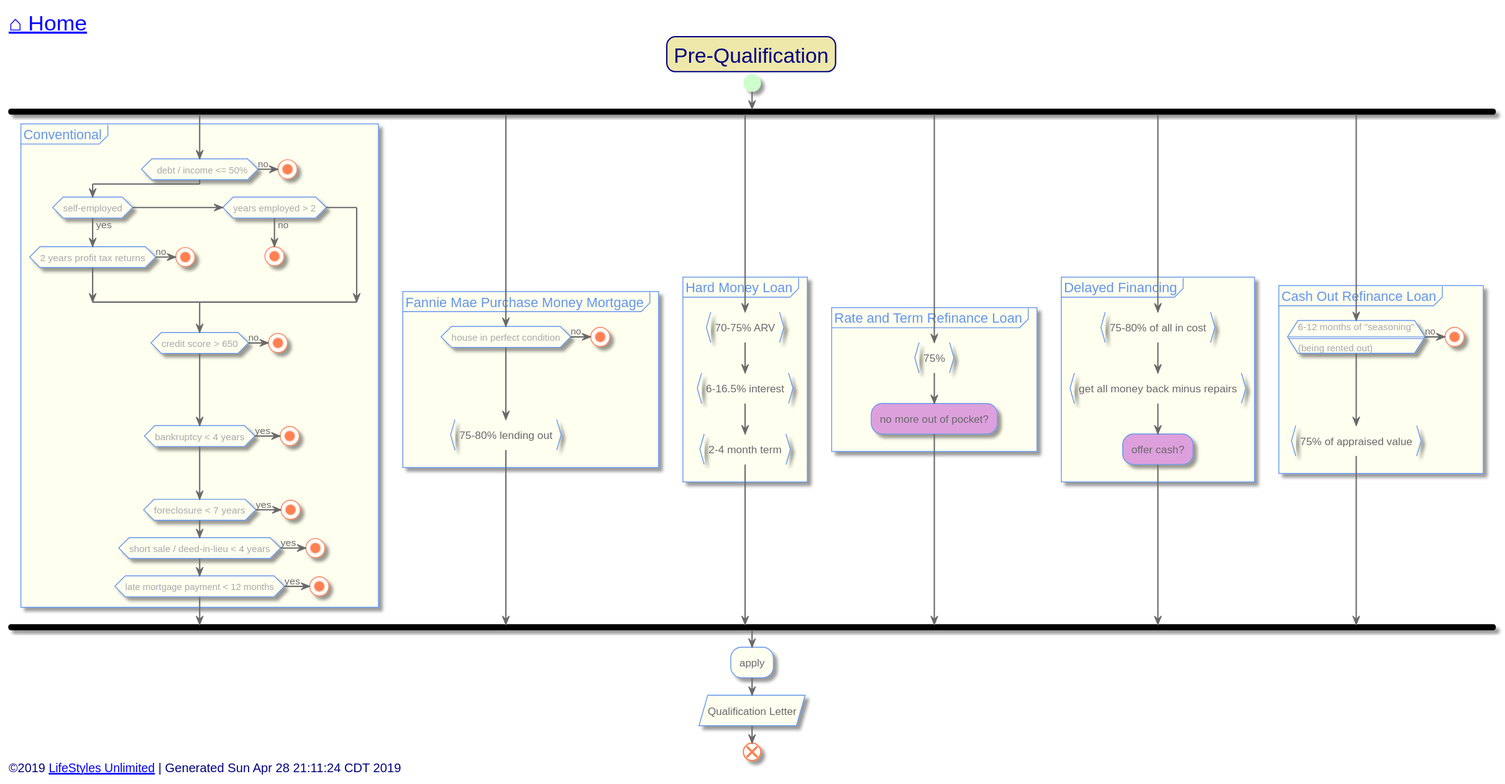
Earlier version of the PlantUML export out/src/single-family/pre-qualification.svg (toddmo/lifestylesunlimited).
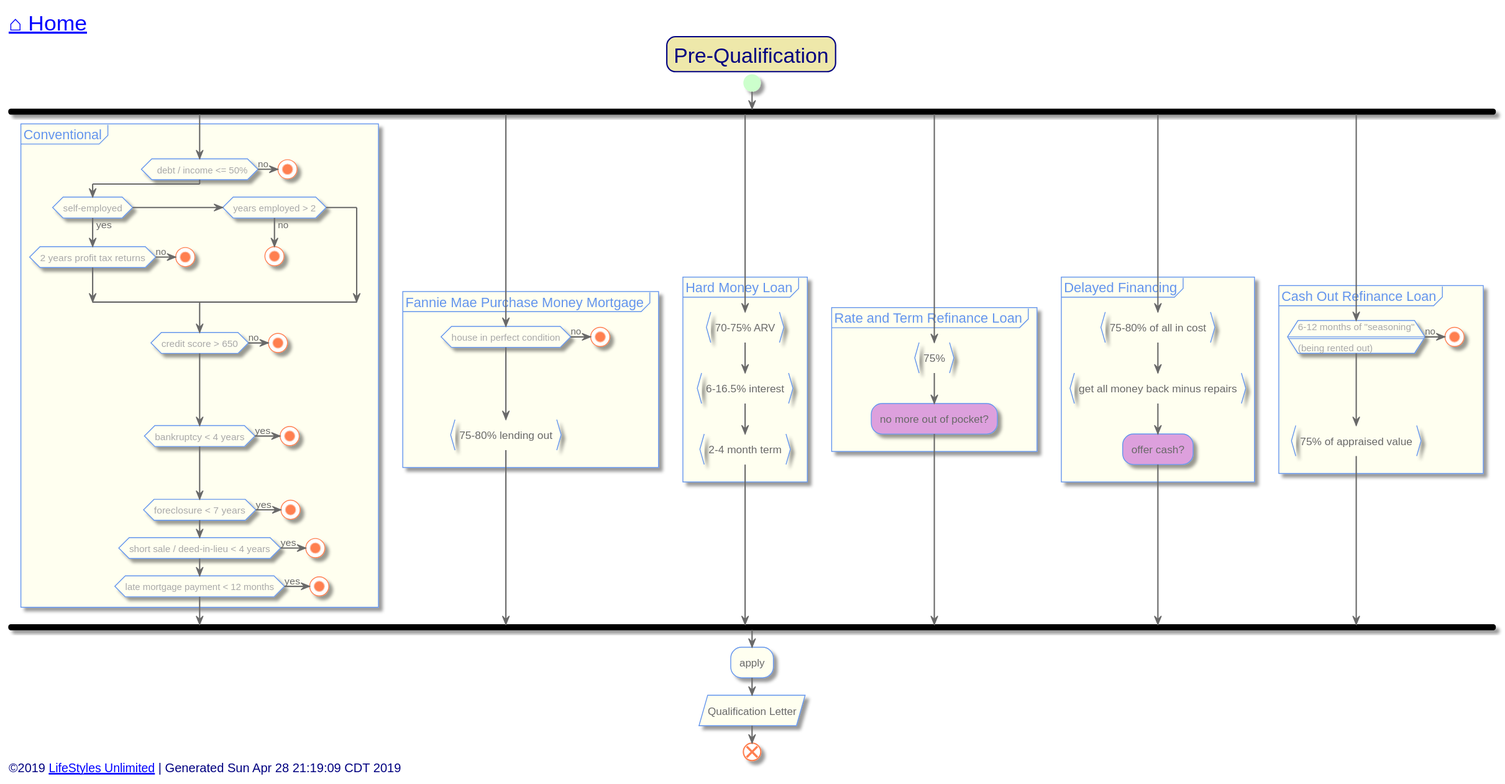
The same file after the commit.

Diff of the diagram source:
```diff
@@ -162,7 +162,7 @@
 
 
 left footer
-	<font size=14>©2019 [[http://www.lifestylesunlimited.com LifeStyles Unlimited]] | Generated Sun Apr 28 21:11:24 CDT 2019</font>
+	<font size=14>©2019 [[http://www.lifestylesunlimited.com LifeStyles Unlimited]] | Generated Sun Apr 28 21:19:09 CDT 2019</font>
 endfooter
 
 
```
